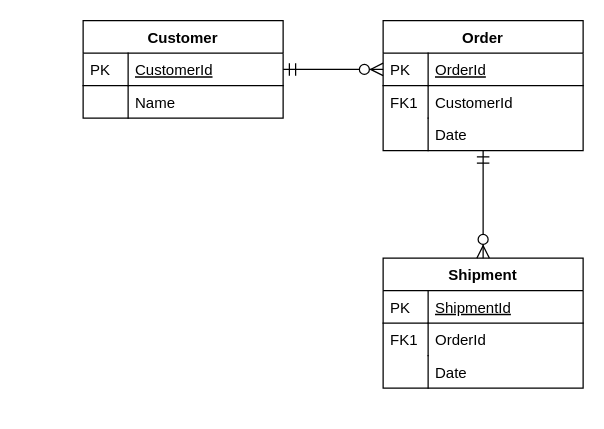
Yinhui/CloudBackup keeps this draw.io diagram as test.drawio. Above is the earlier version. Source tidied: cells renumbered, new cells numbered last; positions are measured from the earlier drawing's top-left corner, leaving out a move shared by most shapes. Both pictures are drawn from the tidied source at 125%, with x=0, y=0 at pixel (82, 20).
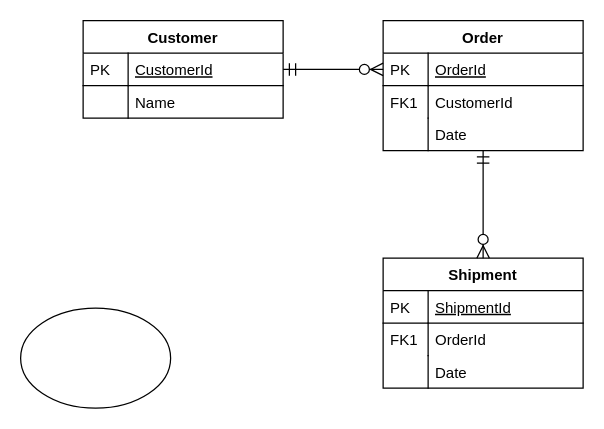
The same page after the edit.

What changed in the source:
```diff
@@
+    <mxCell id="23" style="ellipse;whiteSpace=wrap;html=1;" parent="1" vertex="1">
+      <mxGeometry x="-50" y="230" width="120" height="80" as="geometry" />
+    </mxCell>
```
